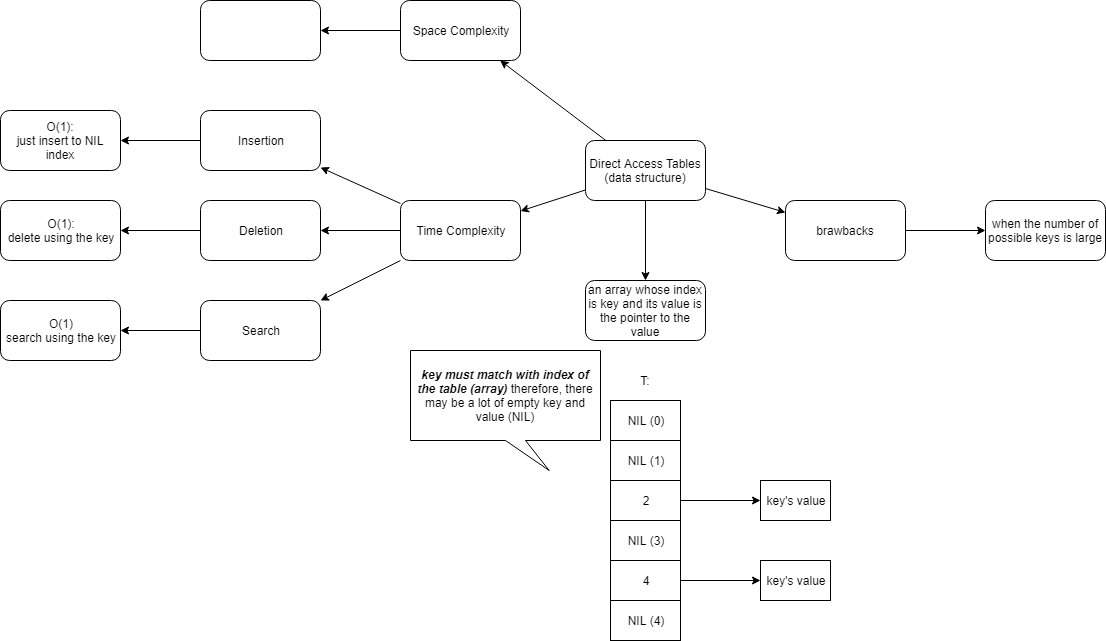
The draw.io diagram Direct_Access_Tables.PNG in stsiwo/data_structures_and_algorithm, before a commit. Source tidied: cells renumbered, new cells last; positions are measured from the earlier drawing's top-left corner, leaving out a move shared by most shapes.
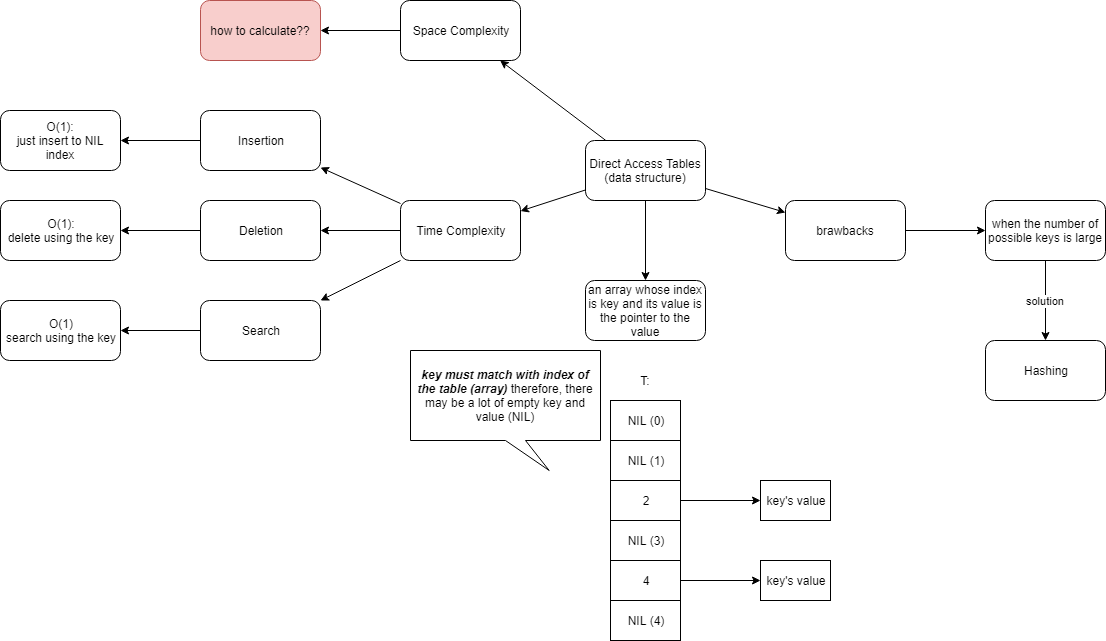
Above is the later version.

The edit, as a diff of the source:
```diff
@@ -23,7 +23,7 @@
     <mxCell id="8" value="Space Complexity" style="rounded=1;whiteSpace=wrap;html=1;" parent="1" vertex="1">
       <mxGeometry x="400" width="120" height="60" as="geometry" />
     </mxCell>
-    <mxCell id="9" style="rounded=1;whiteSpace=wrap;html=1;" parent="1" vertex="1">
+    <mxCell id="9" value="how to calculate??" style="rounded=1;whiteSpace=wrap;html=1;fillColor=#f8cecc;strokeColor=#b85450;" parent="1" vertex="1">
       <mxGeometry x="200" width="120" height="60" as="geometry" />
     </mxCell>
     <mxCell id="10" style="edgeStyle=none;rounded=0;jettySize=auto;html=1;" parent="1" edge="1" source="11" target="12">
@@ -32,9 +32,15 @@
     <mxCell id="11" value="brawbacks" style="rounded=1;whiteSpace=wrap;html=1;" parent="1" vertex="1">
       <mxGeometry x="785" y="200" width="120" height="60" as="geometry" />
     </mxCell>
+    <mxCell id="39" value="solution" style="edgeStyle=none;rounded=0;jettySize=auto;html=1;" parent="1" edge="1" source="12" target="40">
+      <mxGeometry relative="1" as="geometry" />
+    </mxCell>
     <mxCell id="12" value="when the number of possible keys is large" style="rounded=1;whiteSpace=wrap;html=1;" parent="1" vertex="1">
       <mxGeometry x="985" y="200" width="120" height="60" as="geometry" />
     </mxCell>
+    <mxCell id="40" value="Hashing" style="rounded=1;whiteSpace=wrap;html=1;" parent="1" vertex="1">
+      <mxGeometry x="985" y="340" width="120" height="60" as="geometry" />
+    </mxCell>
     <mxCell id="13" style="edgeStyle=none;rounded=0;jettySize=auto;html=1;" parent="1" edge="1" source="16" target="24">
       <mxGeometry relative="1" as="geometry" />
     </mxCell>
```
